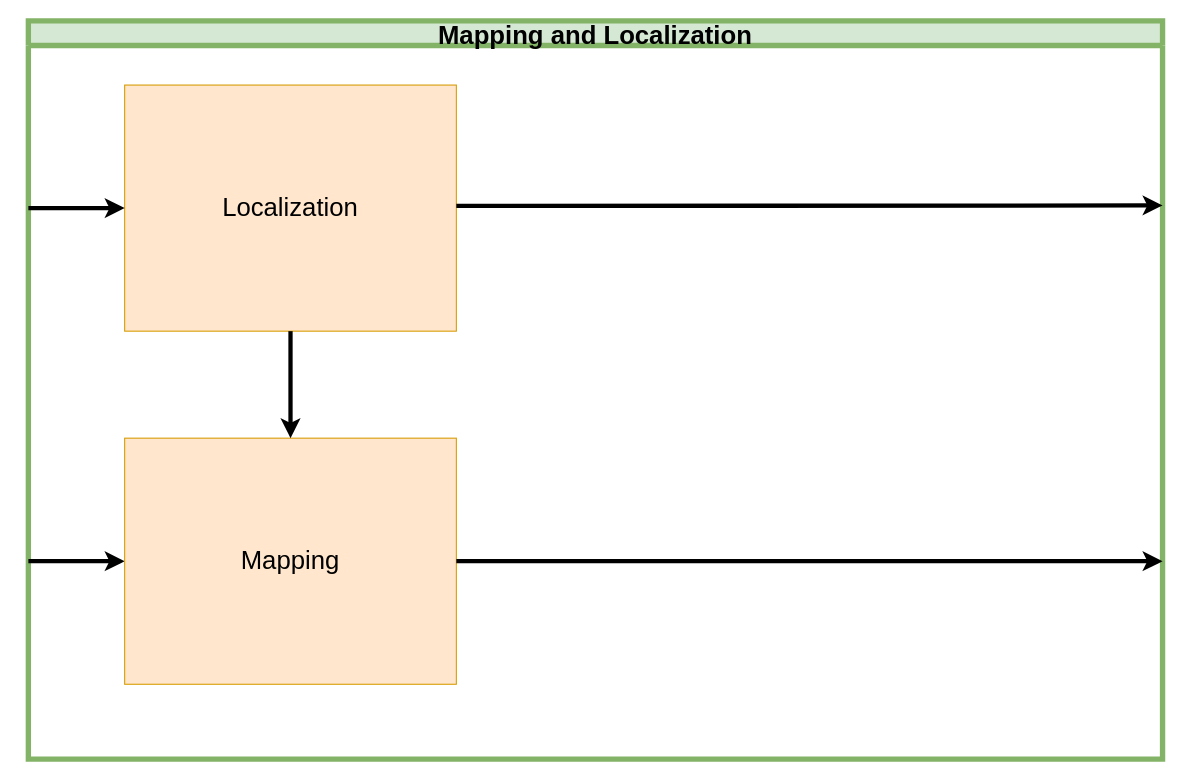
Before: page "Localization and Mapping" (2 of 6) of TestNav.drawio in ipa-dmo/ipa_outdoor_docu, a draw.io diagram. Source tidied: cells renumbered, new cells numbered last; positions are measured from the earlier drawing's top-left corner, leaving out a move shared by most shapes. Both pictures are drawn from the tidied source at 107%, with x=0, y=0 at pixel (28, 20).
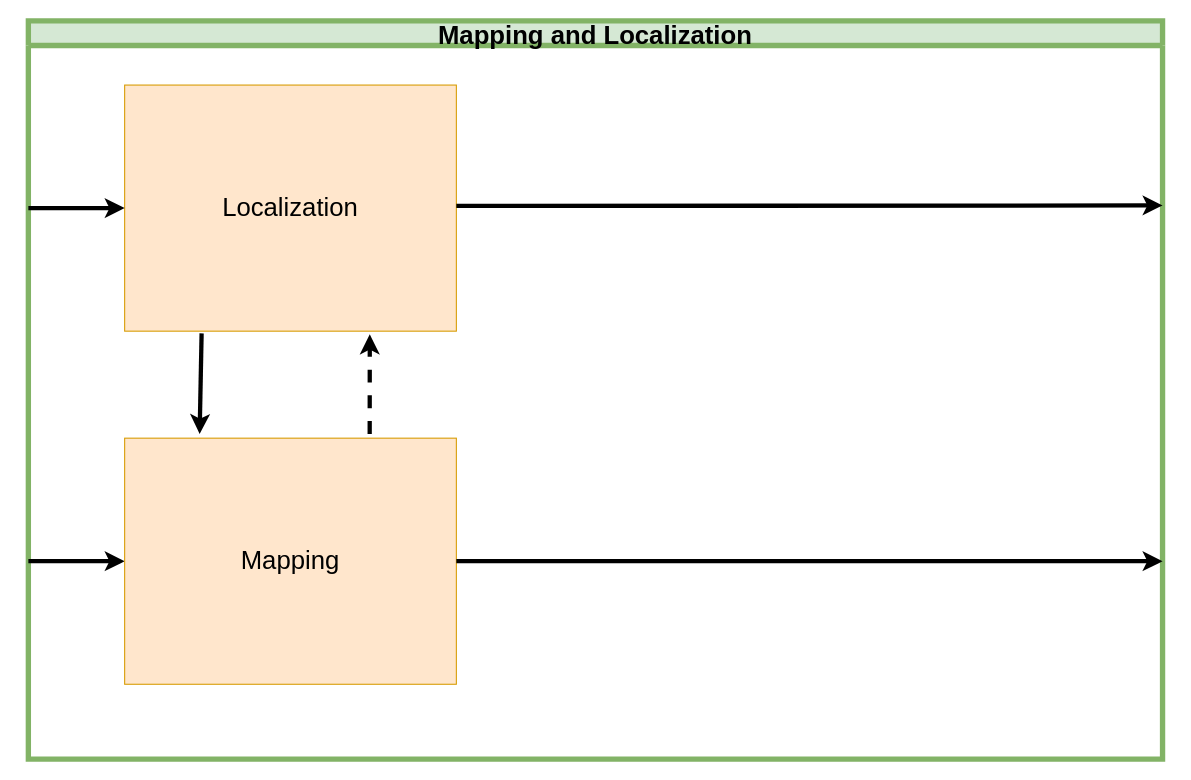
The same page after the edit.

Diff of the diagram source:
```diff
@@
 <mxGraphModel>
   <root>
     <mxCell id="0" />
     <mxCell id="1" parent="0" />
     <mxCell id="2" value="Mapping and Localization" style="swimlane;fillColor=#d5e8d4;strokeColor=#82b366;fontSize=24;strokeWidth=5;" parent="1" vertex="1">
       <mxGeometry width="1060" height="690" as="geometry" />
     </mxCell>
     <mxCell id="3" style="endArrow=classic;entryX=0;entryY=0.5;entryDx=0;entryDy=0;verticalAlign=top;horizontal=1;strokeWidth=4;" parent="2" edge="1" target="5">
       <mxGeometry relative="1" as="geometry">
         <mxPoint y="505" as="sourcePoint" />
       </mxGeometry>
     </mxCell>
     <mxCell id="4" value="&lt;font style=&quot;font-size: 24px&quot;&gt;Localization&lt;/font&gt;" style="whiteSpace=wrap;html=1;fillColor=#ffe6cc;strokeColor=#d79b00;" parent="2" vertex="1">
       <mxGeometry x="90" y="60" width="310" height="230" as="geometry" />
     </mxCell>
     <mxCell id="5" value="&lt;font style=&quot;font-size: 24px&quot;&gt;Mapping&lt;/font&gt;" style="whiteSpace=wrap;html=1;fillColor=#ffe6cc;strokeColor=#d79b00;" parent="2" vertex="1">
       <mxGeometry x="90" y="390" width="310" height="230" as="geometry" />
     </mxCell>
     <mxCell id="6" style="endArrow=classic;html=1;entryX=0;entryY=0.5;entryDx=0;entryDy=0;strokeWidth=4;" parent="2" edge="1" target="4">
       <mxGeometry relative="1" as="geometry">
         <mxPoint y="175" as="sourcePoint" />
       </mxGeometry>
     </mxCell>
-    <mxCell id="7" style="endArrow=classic;html=1;entryX=0.5;entryY=0;entryDx=0;entryDy=0;exitX=0.5;exitY=1;exitDx=0;exitDy=0;strokeWidth=4;" parent="2" edge="1" source="4" target="5">
-      <mxGeometry relative="1" as="geometry">
-        <Array as="points">
-          <mxPoint x="245" y="330" />
-        </Array>
-      </mxGeometry>
+    <mxCell id="7" style="endArrow=classic;html=1;entryX=0.226;entryY=-0.017;entryDx=0;entryDy=0;exitX=0.232;exitY=1.009;exitDx=0;exitDy=0;strokeWidth=4;exitPerimeter=0;entryPerimeter=0;" parent="2" edge="1" source="4" target="5">
+      <mxGeometry relative="1" as="geometry" />
     </mxCell>
     <mxCell id="8" style="edgeStyle=orthogonalEdgeStyle;rounded=0;jettySize=auto;html=0;verticalAlign=top;strokeWidth=4;entryX=1;entryY=0.25;entryDx=0;entryDy=0;" parent="2" edge="1" target="2">
       <mxGeometry relative="1" as="geometry">
         <mxPoint x="420" y="173" as="sourcePoint" />
         <Array as="points">
           <mxPoint x="400" y="173" />
           <mxPoint x="420" y="173" />
         </Array>
       </mxGeometry>
     </mxCell>
     <mxCell id="9" style="edgeStyle=orthogonalEdgeStyle;rounded=0;jettySize=auto;html=0;verticalAlign=top;exitX=1;exitY=0.5;exitDx=0;exitDy=0;strokeWidth=4;" parent="2" edge="1" source="5">
       <mxGeometry relative="1" as="geometry">
         <mxPoint x="1060" y="505" as="targetPoint" />
       </mxGeometry>
     </mxCell>
+    <mxCell id="10" style="endArrow=classic;html=1;entryX=0.739;entryY=1.013;entryDx=0;entryDy=0;strokeWidth=4;entryPerimeter=0;dashed=1;" parent="2" edge="1" target="4">
+      <mxGeometry relative="1" as="geometry">
+        <mxPoint x="319" y="386" as="sourcePoint" />
+      </mxGeometry>
+    </mxCell>
   </root>
 </mxGraphModel>
```
